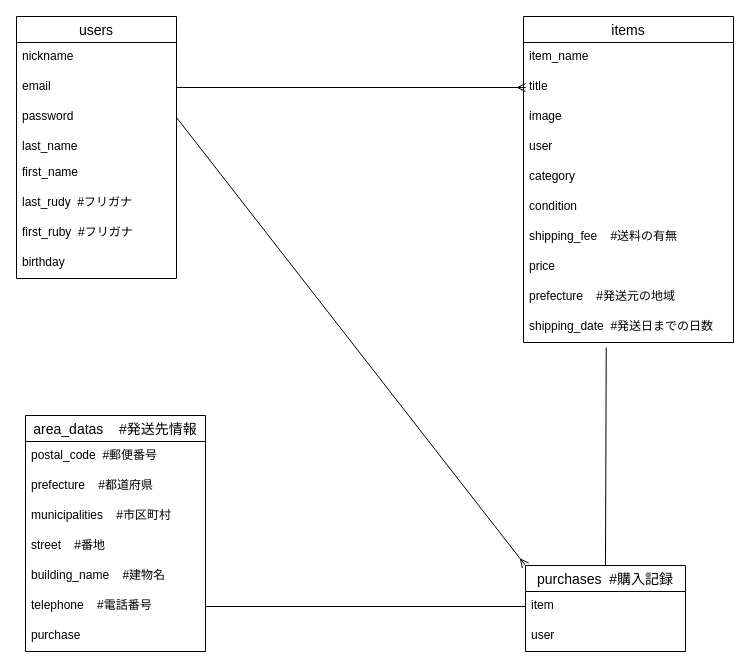
KE1ok/furima-40602 keeps this draw.io diagram as furima.dio. Above is the earlier version. Source tidied: cells renumbered, new cells numbered last; positions are measured from the earlier drawing's top-left corner, leaving out a move shared by most shapes. Both pictures are drawn from the tidied source at 100%, with x=0, y=0 at pixel (16, 16).
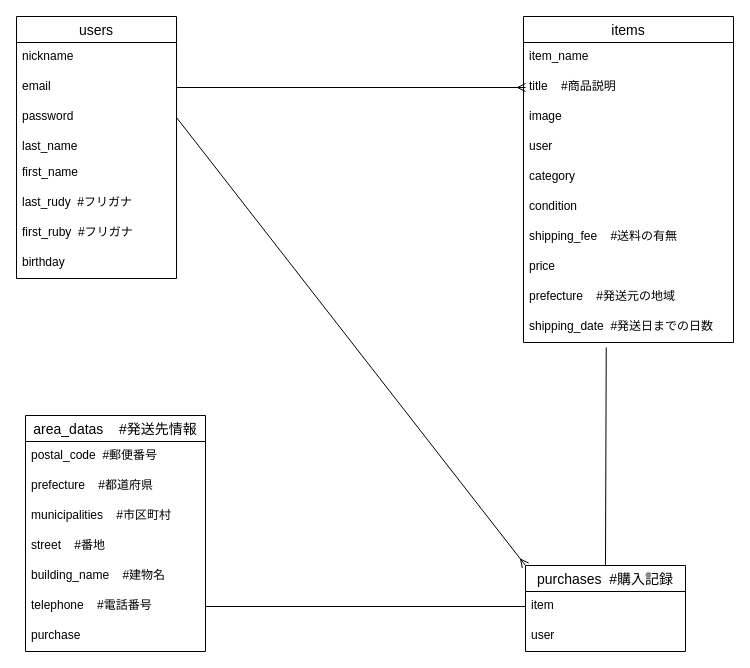
Above is the later version.

Commit message (it also covers changes not shown here):
商品説明カラムをtext型に変更

The change refers to these unchanged cells:
```xml
<mxCell id="11" value="items" style="swimlane;fontStyle=0;horizontal=1;startSize=26;align=center;fontSize=14;" parent="1" vertex="1">
  <mxGeometry x="507" width="210" height="326" as="geometry" />
</mxCell>
```

Diff of the diagram source:
```diff
@@
-    <mxCell id="13" value="title" style="text;strokeColor=none;fillColor=none;spacingLeft=4;spacingRight=4;overflow=hidden;points=[[0,0.5],[1,0.5]];portConstraint=eastwest;fontSize=12;" parent="11" vertex="1">
+    <mxCell id="13" value="title    #商品説明" style="text;strokeColor=none;fillColor=none;spacingLeft=4;spacingRight=4;overflow=hidden;points=[[0,0.5],[1,0.5]];portConstraint=eastwest;fontSize=12;" parent="11" vertex="1">
       <mxGeometry y="56" width="210" height="30" as="geometry" />
     </mxCell>
```
